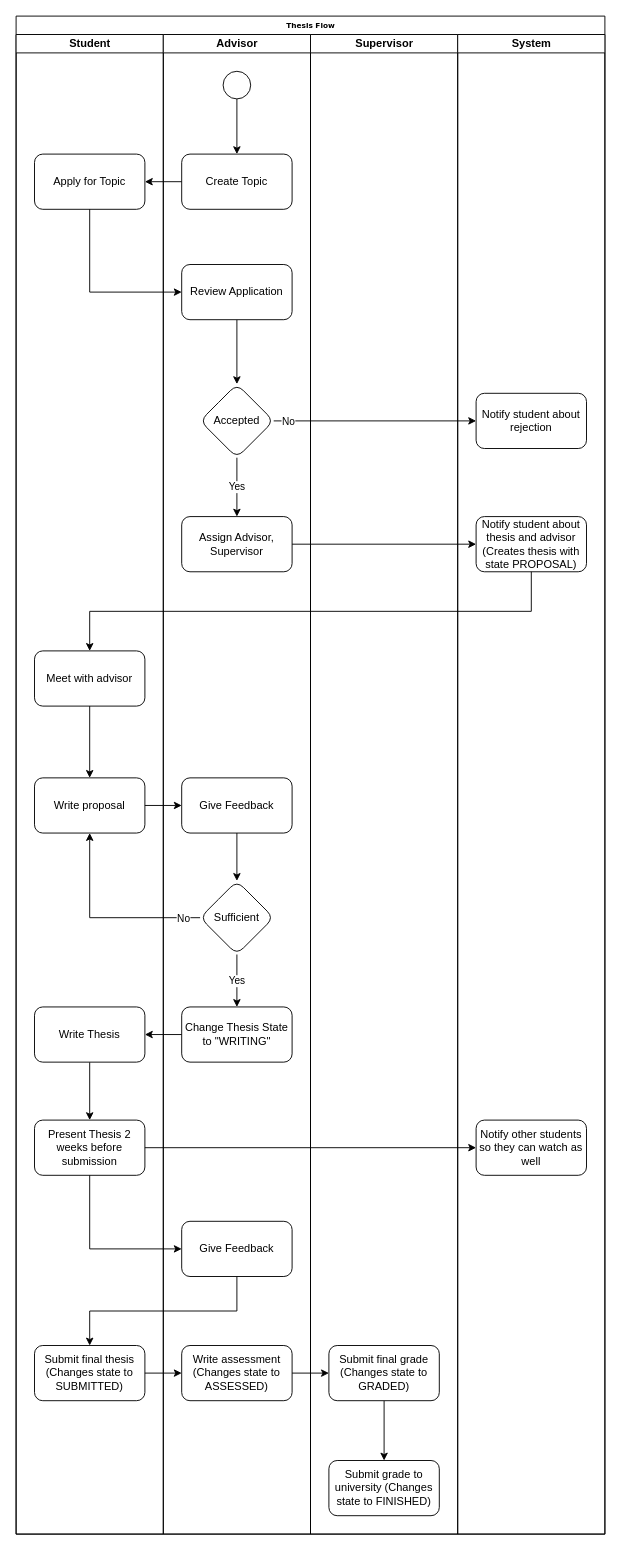
Earlier version of the draw.io diagram thesis-application-flowchart.drawio (fabian-emilius/bachelor-thesis-charts). Source tidied: cells renumbered, new cells numbered last; positions are measured from the earlier drawing's top-left corner, leaving out a move shared by most shapes. Both pictures are drawn from the tidied source at 92%, with x=0, y=0 at pixel (16, 16).
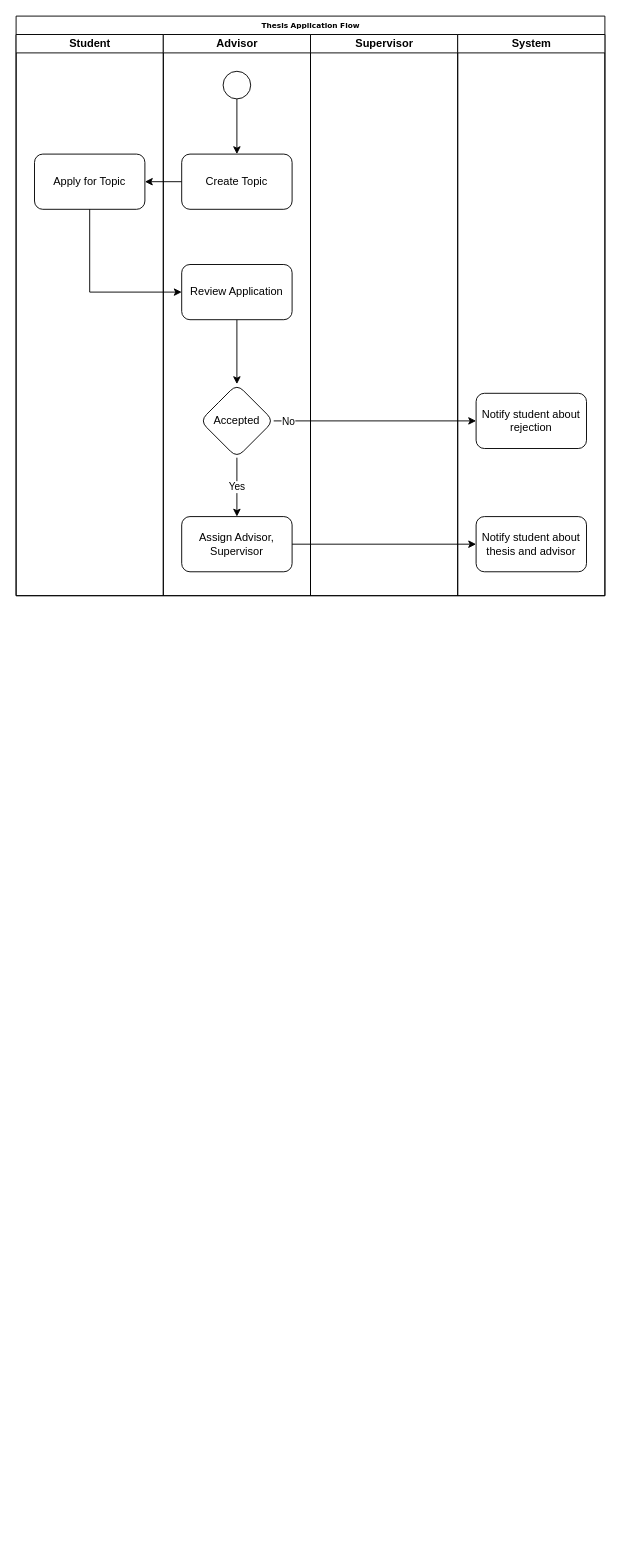
The same diagram, later.

The edit, as a diff of the source:
```diff
@@
-    <mxCell id="2" value="Thesis Flow" style="swimlane;html=1;startSize=20;rounded=0;shadow=0;labelBackgroundColor=none;strokeWidth=1;fontFamily=Verdana;fontSize=8;align=center;" parent="1" vertex="1">
-      <mxGeometry width="640" height="1650" as="geometry" />
+    <mxCell id="2" value="Thesis Application Flow" style="swimlane;html=1;startSize=20;rounded=0;shadow=0;labelBackgroundColor=none;strokeWidth=1;fontFamily=Verdana;fontSize=8;align=center;" parent="1" vertex="1">
+      <mxGeometry width="640" height="630" as="geometry" />
     </mxCell>
     <mxCell id="3" value="Student" style="swimlane;html=1;startSize=20;" parent="2" vertex="1">
-      <mxGeometry y="20" width="160" height="1630" as="geometry" />
+      <mxGeometry y="20" width="160" height="610" as="geometry" />
     </mxCell>
@@
-    <mxCell id="5" style="edgeStyle=orthogonalEdgeStyle;rounded=0;jettySize=auto;html=1;" parent="3" edge="1" source="6" target="7">
-      <mxGeometry relative="1" as="geometry" />
-    </mxCell>
-    <mxCell id="6" value="Meet with advisor" style="whiteSpace=wrap;html=1;rounded=1;" parent="3" vertex="1">
-      <mxGeometry x="20" y="670" width="120" height="60" as="geometry" />
-    </mxCell>
-    <mxCell id="7" value="Write proposal" style="whiteSpace=wrap;html=1;rounded=1;" parent="3" vertex="1">
-      <mxGeometry x="20" y="808" width="120" height="60" as="geometry" />
-    </mxCell>
-    <mxCell id="8" style="edgeStyle=orthogonalEdgeStyle;rounded=0;jettySize=auto;html=1;" parent="3" edge="1" source="9" target="10">
-      <mxGeometry relative="1" as="geometry" />
-    </mxCell>
-    <mxCell id="9" value="Write Thesis" style="whiteSpace=wrap;html=1;rounded=1;" parent="3" vertex="1">
-      <mxGeometry x="20" y="1057" width="120" height="60" as="geometry" />
-    </mxCell>
-    <mxCell id="10" value="Present Thesis 2 weeks before submission" style="whiteSpace=wrap;html=1;rounded=1;" parent="3" vertex="1">
-      <mxGeometry x="20" y="1180" width="120" height="60" as="geometry" />
-    </mxCell>
-    <mxCell id="11" value="Submit final thesis (Changes state to SUBMITTED)" style="whiteSpace=wrap;html=1;rounded=1;" parent="3" vertex="1">
-      <mxGeometry x="20" y="1425" width="120" height="60" as="geometry" />
-    </mxCell>
     <mxCell id="12" value="Advisor" style="swimlane;html=1;startSize=20;" parent="2" vertex="1">
-      <mxGeometry x="160" y="20" width="160" height="1630" as="geometry" />
+      <mxGeometry x="160" y="20" width="160" height="610" as="geometry" />
     </mxCell>
@@
-    <mxCell id="21" style="edgeStyle=orthogonalEdgeStyle;rounded=0;jettySize=auto;html=1;" parent="12" edge="1" source="22" target="24">
-      <mxGeometry relative="1" as="geometry" />
-    </mxCell>
-    <mxCell id="22" value="Give Feedback" style="whiteSpace=wrap;html=1;rounded=1;" parent="12" vertex="1">
-      <mxGeometry x="20" y="808" width="120" height="60" as="geometry" />
-    </mxCell>
-    <mxCell id="23" value="Yes" style="edgeStyle=orthogonalEdgeStyle;rounded=0;jettySize=auto;html=1;" parent="12" edge="1" source="24" target="25">
-      <mxGeometry relative="1" as="geometry" />
-    </mxCell>
-    <mxCell id="24" value="Sufficient" style="rhombus;whiteSpace=wrap;html=1;rounded=1;" parent="12" vertex="1">
-      <mxGeometry x="40" y="920" width="80" height="80" as="geometry" />
-    </mxCell>
-    <mxCell id="25" value="Change Thesis State to &quot;WRITING&quot;" style="whiteSpace=wrap;html=1;rounded=1;" parent="12" vertex="1">
-      <mxGeometry x="20" y="1057" width="120" height="60" as="geometry" />
-    </mxCell>
-    <mxCell id="26" value="Give Feedback" style="whiteSpace=wrap;html=1;rounded=1;" parent="12" vertex="1">
-      <mxGeometry x="20" y="1290" width="120" height="60" as="geometry" />
-    </mxCell>
-    <mxCell id="27" value="Write assessment (Changes state to ASSESSED)" style="whiteSpace=wrap;html=1;rounded=1;" parent="12" vertex="1">
-      <mxGeometry x="20" y="1425" width="120" height="60" as="geometry" />
-    </mxCell>
     <mxCell id="28" value="Supervisor" style="swimlane;html=1;startSize=20;" parent="2" vertex="1">
-      <mxGeometry x="320" y="20" width="160" height="1630" as="geometry" />
+      <mxGeometry x="320" y="20" width="160" height="610" as="geometry" />
     </mxCell>
-    <mxCell id="29" style="edgeStyle=orthogonalEdgeStyle;rounded=0;jettySize=auto;html=1;" parent="28" edge="1" source="30" target="31">
-      <mxGeometry relative="1" as="geometry" />
-    </mxCell>
-    <mxCell id="30" value="Submit final grade&lt;div&gt;(Changes state to GRADED)&lt;/div&gt;" style="whiteSpace=wrap;html=1;rounded=1;" parent="28" vertex="1">
-      <mxGeometry x="20" y="1425" width="120" height="60" as="geometry" />
-    </mxCell>
-    <mxCell id="31" value="Submit grade to university (Changes state to FINISHED)" style="whiteSpace=wrap;html=1;rounded=1;" parent="28" vertex="1">
-      <mxGeometry x="20" y="1550" width="120" height="60" as="geometry" />
-    </mxCell>
     <mxCell id="32" value="System" style="swimlane;html=1;startSize=20;" parent="2" vertex="1">
-      <mxGeometry x="480" y="20" width="160" height="1630" as="geometry" />
+      <mxGeometry x="480" y="20" width="160" height="610" as="geometry" />
     </mxCell>
@@
-    <mxCell id="34" value="Notify student about thesis and advisor (Creates thesis with state PROPOSAL)" style="whiteSpace=wrap;html=1;rounded=1;" parent="32" vertex="1">
+    <mxCell id="34" value="Notify student about thesis and advisor" style="whiteSpace=wrap;html=1;rounded=1;" parent="32" vertex="1">
       <mxGeometry x="20" y="524" width="120" height="60" as="geometry" />
     </mxCell>
-    <mxCell id="35" value="Notify other students so they can watch as well" style="whiteSpace=wrap;html=1;rounded=1;" parent="32" vertex="1">
-      <mxGeometry x="20" y="1180" width="120" height="60" as="geometry" />
-    </mxCell>
@@
-    <mxCell id="41" style="edgeStyle=orthogonalEdgeStyle;rounded=0;jettySize=auto;html=1;exitX=0.5;exitY=1;exitDx=0;exitDy=0;entryX=0.5;entryY=0;entryDx=0;entryDy=0;" parent="2" edge="1" source="34" target="6">
-      <mxGeometry relative="1" as="geometry" />
-    </mxCell>
-    <mxCell id="42" style="edgeStyle=orthogonalEdgeStyle;rounded=0;jettySize=auto;html=1;" parent="2" edge="1" source="7" target="22">
-      <mxGeometry relative="1" as="geometry" />
-    </mxCell>
-    <mxCell id="43" style="edgeStyle=orthogonalEdgeStyle;rounded=0;jettySize=auto;html=1;exitX=0;exitY=0.5;exitDx=0;exitDy=0;entryX=0.5;entryY=1;entryDx=0;entryDy=0;" parent="2" edge="1" source="24" target="7">
-      <mxGeometry relative="1" as="geometry" />
-    </mxCell>
-    <mxCell id="44" value="No" style="edgeLabel;html=1;align=center;verticalAlign=middle;" parent="43" vertex="1">
-      <mxGeometry x="-0.83" relative="1" as="geometry">
-        <mxPoint x="-1" as="offset" />
-      </mxGeometry>
-    </mxCell>
-    <mxCell id="45" style="edgeStyle=orthogonalEdgeStyle;rounded=0;jettySize=auto;html=1;" parent="2" edge="1" source="25" target="9">
-      <mxGeometry relative="1" as="geometry" />
-    </mxCell>
-    <mxCell id="46" style="edgeStyle=orthogonalEdgeStyle;rounded=0;jettySize=auto;html=1;" parent="2" edge="1" source="10" target="35">
-      <mxGeometry relative="1" as="geometry" />
-    </mxCell>
-    <mxCell id="47" style="edgeStyle=orthogonalEdgeStyle;rounded=0;jettySize=auto;html=1;exitX=0.5;exitY=1;exitDx=0;exitDy=0;entryX=0;entryY=0.5;entryDx=0;entryDy=0;" parent="2" edge="1" source="10" target="26">
-      <mxGeometry relative="1" as="geometry" />
-    </mxCell>
-    <mxCell id="48" style="edgeStyle=orthogonalEdgeStyle;rounded=0;jettySize=auto;html=1;exitX=0.5;exitY=1;exitDx=0;exitDy=0;entryX=0.5;entryY=0;entryDx=0;entryDy=0;" parent="2" edge="1" source="26" target="11">
-      <mxGeometry relative="1" as="geometry" />
-    </mxCell>
-    <mxCell id="49" style="edgeStyle=orthogonalEdgeStyle;rounded=0;jettySize=auto;html=1;" parent="2" edge="1" source="11" target="27">
-      <mxGeometry relative="1" as="geometry" />
-    </mxCell>
-    <mxCell id="50" style="edgeStyle=orthogonalEdgeStyle;rounded=0;jettySize=auto;html=1;" parent="2" edge="1" source="27" target="30">
-      <mxGeometry relative="1" as="geometry" />
-    </mxCell>
```
